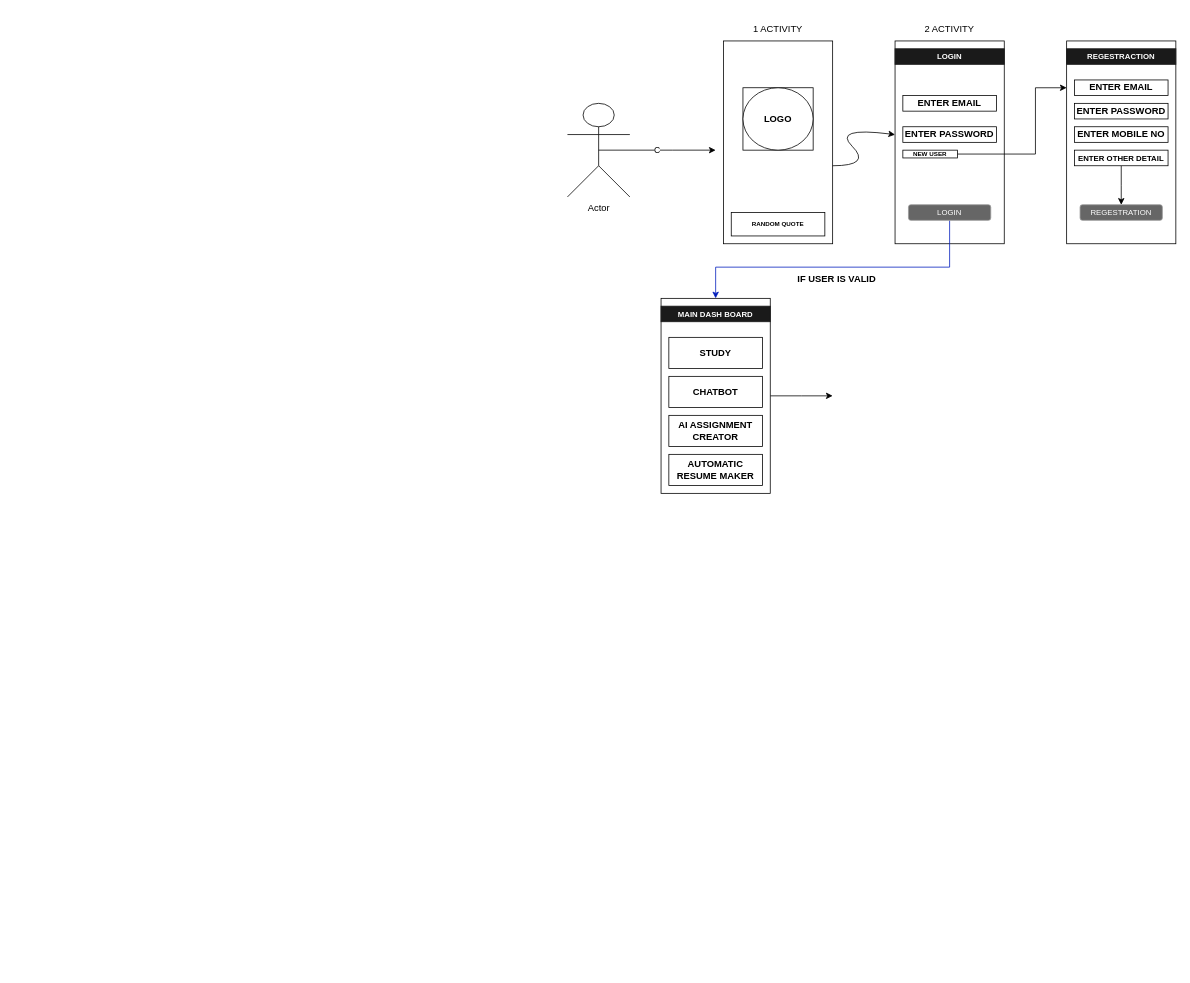
Above: Untitled Diagram.drawio in ujjawalTHEBATMAN/Student-Help-Center (draw.io), before the change. Source tidied: cells renumbered, new cells numbered last; positions are measured from the earlier drawing's top-left corner, leaving out a move shared by most shapes. Both pictures are drawn from the tidied source at 78%, with x=0, y=0 at pixel (567, 13).
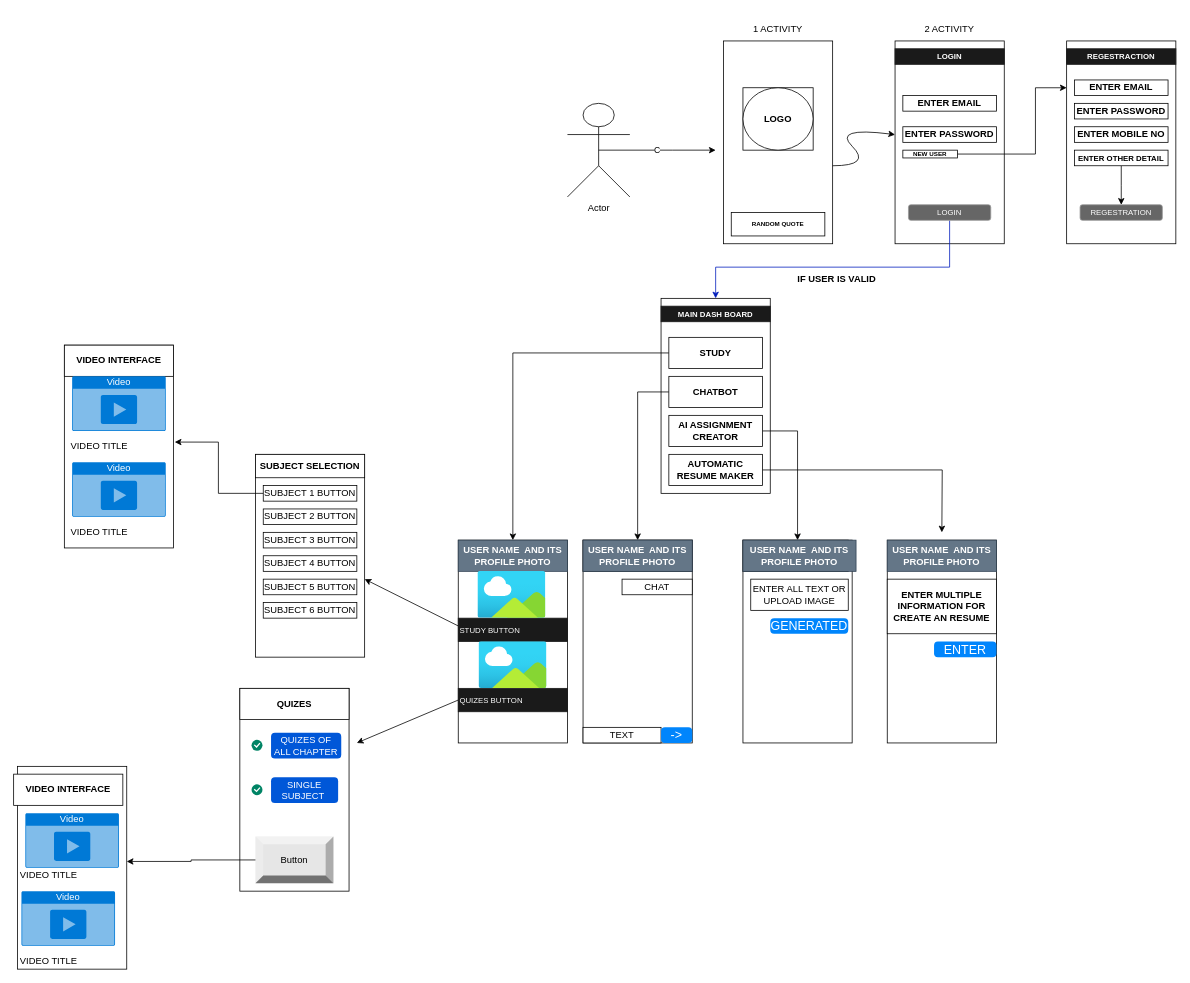
The same diagram, later.

Commit message:
AFTER ALL FUNCTION BUT DON'T USE ANY DATABASE MODEL

Unchanged cells that the change refers to:
```xml
<mxCell id="29" style="rounded=0;whiteSpace=wrap;html=1;fontSize=11;" parent="1" vertex="1">
  <mxGeometry x="120" y="365" width="140" height="250" as="geometry" />
</mxCell>
<mxCell id="31" value="STUDY" style="rounded=0;whiteSpace=wrap;html=1;fontStyle=1;" parent="1" vertex="1">
  <mxGeometry x="130" y="415" width="120" height="40" as="geometry" />
</mxCell>
<mxCell id="32" value="CHATBOT" style="rounded=0;whiteSpace=wrap;html=1;fontStyle=1;" parent="1" vertex="1">
  <mxGeometry x="130" y="465" width="120" height="40" as="geometry" />
</mxCell>
<mxCell id="33" value="AI ASSIGNMENT CREATOR" style="rounded=0;whiteSpace=wrap;html=1;fontStyle=1;" parent="1" vertex="1">
  <mxGeometry x="130" y="515" width="120" height="40" as="geometry" />
</mxCell>
<mxCell id="34" value="AUTOMATIC RESUME MAKER" style="rounded=0;whiteSpace=wrap;html=1;fontStyle=1;" parent="1" vertex="1">
  <mxGeometry x="130" y="565" width="120" height="40" as="geometry" />
</mxCell>
```

What changed in the source:
```diff
@@
-    <mxCell id="28" style="edgeStyle=orthogonalEdgeStyle;rounded=0;jettySize=auto;html=1;" parent="1" edge="1" source="29">
-      <mxGeometry relative="1" as="geometry">
-        <mxPoint x="340" y="490" as="targetPoint" />
-      </mxGeometry>
-    </mxCell>
@@
+    <mxCell id="35" style="edgeStyle=orthogonalEdgeStyle;rounded=0;jettySize=auto;html=1;entryX=0.5;entryY=0;entryDx=0;entryDy=0;" parent="1" edge="1" source="31" target="39">
+      <mxGeometry relative="1" as="geometry" />
+    </mxCell>
@@
+    <mxCell id="36" style="edgeStyle=orthogonalEdgeStyle;rounded=0;jettySize=auto;html=1;entryX=0.5;entryY=0;entryDx=0;entryDy=0;elbow=vertical;" parent="1" edge="1" source="32" target="40">
+      <mxGeometry relative="1" as="geometry">
+        <Array as="points">
+          <mxPoint x="90" y="485" />
+        </Array>
+      </mxGeometry>
+    </mxCell>
@@
+    <mxCell id="37" style="edgeStyle=orthogonalEdgeStyle;rounded=0;jettySize=auto;html=1;entryX=0.5;entryY=0;entryDx=0;entryDy=0;" parent="1" edge="1" source="33" target="41">
+      <mxGeometry relative="1" as="geometry">
+        <Array as="points">
+          <mxPoint x="295" y="535" />
+        </Array>
+      </mxGeometry>
+    </mxCell>
@@
+    <mxCell id="38" style="edgeStyle=orthogonalEdgeStyle;rounded=0;jettySize=auto;html=1;" parent="1" edge="1" source="34">
+      <mxGeometry relative="1" as="geometry">
+        <mxPoint x="480" y="665" as="targetPoint" />
+      </mxGeometry>
+    </mxCell>
@@
+    <mxCell id="39" style="rounded=0;whiteSpace=wrap;html=1;fontSize=11;" parent="1" vertex="1">
+      <mxGeometry x="-140" y="675" width="140" height="260" as="geometry" />
+    </mxCell>
+    <mxCell id="40" style="rounded=0;whiteSpace=wrap;html=1;fontSize=11;" parent="1" vertex="1">
+      <mxGeometry x="20" y="675" width="140" height="260" as="geometry" />
+    </mxCell>
+    <mxCell id="41" style="rounded=0;whiteSpace=wrap;html=1;fontSize=11;" parent="1" vertex="1">
+      <mxGeometry x="225" y="675" width="140" height="260" as="geometry" />
+    </mxCell>
+    <mxCell id="42" style="rounded=0;whiteSpace=wrap;html=1;fontSize=11;" parent="1" vertex="1">
+      <mxGeometry x="410" y="675" width="140" height="260" as="geometry" />
+    </mxCell>
+    <mxCell id="43" value="USER NAME&amp;nbsp; AND ITS PROFILE PHOTO" style="rounded=0;whiteSpace=wrap;html=1;fontStyle=1;fillColor=#647687;fontColor=#ffffff;strokeColor=#314354;" parent="1" vertex="1">
+      <mxGeometry x="-140" y="675" width="140" height="40" as="geometry" />
+    </mxCell>
+    <mxCell id="44" style="rounded=0;orthogonalLoop=1;jettySize=auto;html=1;" parent="1" edge="1">
+      <mxGeometry relative="1" as="geometry">
+        <mxPoint x="-140" y="785" as="sourcePoint" />
+        <mxPoint x="-260" y="725" as="targetPoint" />
+      </mxGeometry>
+    </mxCell>
+    <mxCell id="45" value="STUDY BUTTON" style="whiteSpace=wrap;html=1;shadow=0;dashed=0;fontSize=10;align=left;fillColor=#1A1A1A;strokeColor=#1A1A1A;fontColor=#FFFFFF;" parent="1" vertex="1">
+      <mxGeometry x="-140" y="775" width="140" height="30" as="geometry" />
+    </mxCell>
+    <mxCell id="46" style="rounded=0;jettySize=auto;html=1;exitX=0;exitY=0.5;exitDx=0;exitDy=0;" parent="1" edge="1" source="47">
+      <mxGeometry relative="1" as="geometry">
+        <mxPoint x="-270" y="935" as="targetPoint" />
+      </mxGeometry>
+    </mxCell>
+    <mxCell id="47" value="QUIZES BUTTON" style="whiteSpace=wrap;html=1;shadow=0;dashed=0;fontSize=10;align=left;fillColor=#1A1A1A;strokeColor=#1A1A1A;fontColor=#FFFFFF;" parent="1" vertex="1">
+      <mxGeometry x="-140" y="865" width="140" height="30" as="geometry" />
+    </mxCell>
+    <mxCell id="48" style="image;html=1;align=center;fontSize=12;image=img/lib/azure2/general/Image.svg;" parent="1" vertex="1">
+      <mxGeometry x="-115" y="715" width="87.3" height="60" as="geometry" />
+    </mxCell>
+    <mxCell id="49" style="image;html=1;align=center;fontSize=12;image=img/lib/azure2/general/Image.svg;" parent="1" vertex="1">
+      <mxGeometry x="-113.6" y="805" width="87.3" height="60" as="geometry" />
+    </mxCell>
+    <mxCell id="50" style="rounded=0;whiteSpace=wrap;html=1;" parent="1" vertex="1">
+      <mxGeometry x="20" y="675" width="140" height="40" as="geometry" />
+    </mxCell>
+    <mxCell id="51" value="USER NAME&amp;nbsp; AND ITS PROFILE PHOTO" style="rounded=0;whiteSpace=wrap;html=1;fontStyle=1;fillColor=#647687;fontColor=#ffffff;strokeColor=#314354;" parent="1" vertex="1">
+      <mxGeometry x="20" y="675" width="140" height="40" as="geometry" />
+    </mxCell>
+    <mxCell id="52" value="CHAT" style="rounded=0;whiteSpace=wrap;html=1;" parent="1" vertex="1">
+      <mxGeometry x="70" y="725" width="90" height="20" as="geometry" />
+    </mxCell>
+    <mxCell id="53" value="TEXT" style="rounded=0;whiteSpace=wrap;html=1;" parent="1" vertex="1">
+      <mxGeometry x="20" y="915" width="100" height="20" as="geometry" />
+    </mxCell>
+    <mxCell id="54" value="-&amp;gt;" style="html=1;shadow=0;dashed=0;shape=mxgraph.bootstrap.rrect;rSize=5;strokeColor=none;strokeWidth=1;fillColor=#0085FC;fontColor=#FFFFFF;whiteSpace=wrap;align=center;verticalAlign=middle;spacingLeft=0;fontStyle=0;fontSize=16;spacing=5;" parent="1" vertex="1">
+      <mxGeometry x="120" y="915" width="40" height="20" as="geometry" />
+    </mxCell>
+    <mxCell id="55" style="rounded=0;whiteSpace=wrap;html=1;" parent="1" vertex="1">
+      <mxGeometry x="225" y="675" width="135" height="40" as="geometry" />
+    </mxCell>
+    <mxCell id="56" value="USER NAME&amp;nbsp; AND ITS PROFILE PHOTO" style="rounded=0;whiteSpace=wrap;html=1;fontStyle=1;fillColor=#647687;fontColor=#ffffff;strokeColor=#314354;" parent="1" vertex="1">
+      <mxGeometry x="225" y="675" width="145" height="40" as="geometry" />
+    </mxCell>
+    <mxCell id="57" value="USER NAME&amp;nbsp; AND ITS PROFILE PHOTO" style="rounded=0;whiteSpace=wrap;html=1;fontStyle=1;fillColor=#647687;fontColor=#ffffff;strokeColor=#314354;" parent="1" vertex="1">
+      <mxGeometry x="410" y="675" width="140" height="40" as="geometry" />
+    </mxCell>
+    <mxCell id="58" value="ENTER MULTIPLE INFORMATION FOR CREATE AN RESUME" style="rounded=0;whiteSpace=wrap;html=1;fontStyle=1;" parent="1" vertex="1">
+      <mxGeometry x="410" y="725" width="140" height="70" as="geometry" />
+    </mxCell>
+    <mxCell id="59" value="ENTER" style="html=1;shadow=0;dashed=0;shape=mxgraph.bootstrap.rrect;rSize=5;strokeColor=none;strokeWidth=1;fillColor=#0085FC;fontColor=#FFFFFF;whiteSpace=wrap;align=center;verticalAlign=middle;spacingLeft=0;fontStyle=0;fontSize=16;spacing=5;" parent="1" vertex="1">
+      <mxGeometry x="470" y="805" width="80" height="20" as="geometry" />
+    </mxCell>
+    <mxCell id="60" value="ENTER ALL TEXT OR UPLOAD IMAGE" style="rounded=0;whiteSpace=wrap;html=1;" parent="1" vertex="1">
+      <mxGeometry x="235" y="725" width="125" height="40" as="geometry" />
+    </mxCell>
+    <mxCell id="61" value="GENERATED" style="html=1;shadow=0;dashed=0;shape=mxgraph.bootstrap.rrect;rSize=5;strokeColor=none;strokeWidth=1;fillColor=#0085FC;fontColor=#FFFFFF;whiteSpace=wrap;align=center;verticalAlign=middle;spacingLeft=0;fontStyle=0;fontSize=16;spacing=5;" parent="1" vertex="1">
+      <mxGeometry x="260" y="775" width="100" height="20" as="geometry" />
+    </mxCell>
+    <mxCell id="62" style="rounded=0;whiteSpace=wrap;html=1;fontSize=11;" parent="1" vertex="1">
+      <mxGeometry x="-645" y="425" width="140" height="260" as="geometry" />
+    </mxCell>
+    <mxCell id="63" value="VIDEO INTERFACE" style="rounded=0;whiteSpace=wrap;html=1;fontStyle=1;" parent="1" vertex="1">
+      <mxGeometry x="-645" y="425" width="140" height="40" as="geometry" />
+    </mxCell>
+    <mxCell id="64" value="Video" style="html=1;whiteSpace=wrap;strokeColor=none;fillColor=#0079D6;labelPosition=center;verticalLabelPosition=middle;verticalAlign=top;align=center;fontSize=12;spacingTop=-6;fontColor=#FFFFFF;sketch=0;shape=mxgraph.sitemap.video;" parent="1" vertex="1">
+      <mxGeometry x="-635" y="465" width="120" height="70" as="geometry" />
+    </mxCell>
+    <mxCell id="65" value="VIDEO TITLE" style="text;html=1;strokeColor=none;fillColor=none;align=center;verticalAlign=middle;whiteSpace=wrap;overflow=hidden;" parent="1" vertex="1">
+      <mxGeometry x="-645" y="545" width="90" height="20" as="geometry" />
+    </mxCell>
+    <mxCell id="66" style="rounded=0;whiteSpace=wrap;html=1;fontSize=11;" parent="1" vertex="1">
+      <mxGeometry x="-400" y="565" width="140" height="260" as="geometry" />
+    </mxCell>
+    <mxCell id="67" value="SUBJECT SELECTION" style="rounded=0;whiteSpace=wrap;html=1;fontStyle=1;" parent="1" vertex="1">
+      <mxGeometry x="-400" y="565" width="140" height="30" as="geometry" />
+    </mxCell>
+    <mxCell id="68" value="SUBJECT 1 BUTTON" style="rounded=0;whiteSpace=wrap;html=1;" parent="1" vertex="1">
+      <mxGeometry x="-390" y="605" width="120" height="20" as="geometry" />
+    </mxCell>
+    <mxCell id="69" value="SUBJECT 6 BUTTON" style="rounded=0;whiteSpace=wrap;html=1;" parent="1" vertex="1">
+      <mxGeometry x="-390" y="755" width="120" height="20" as="geometry" />
+    </mxCell>
+    <mxCell id="70" value="SUBJECT 2 BUTTON" style="rounded=0;whiteSpace=wrap;html=1;" parent="1" vertex="1">
+      <mxGeometry x="-390" y="635" width="120" height="20" as="geometry" />
+    </mxCell>
+    <mxCell id="71" value="SUBJECT 3 BUTTON" style="rounded=0;whiteSpace=wrap;html=1;" parent="1" vertex="1">
+      <mxGeometry x="-390" y="665" width="120" height="20" as="geometry" />
+    </mxCell>
+    <mxCell id="72" value="SUBJECT 4 BUTTON" style="rounded=0;whiteSpace=wrap;html=1;" parent="1" vertex="1">
+      <mxGeometry x="-390" y="695" width="120" height="20" as="geometry" />
+    </mxCell>
+    <mxCell id="73" value="SUBJECT 5 BUTTON" style="rounded=0;whiteSpace=wrap;html=1;" parent="1" vertex="1">
+      <mxGeometry x="-390" y="725" width="120" height="20" as="geometry" />
+    </mxCell>
+    <mxCell id="74" style="edgeStyle=orthogonalEdgeStyle;rounded=0;orthogonalLoop=1;jettySize=auto;html=1;exitX=0.5;exitY=1;exitDx=0;exitDy=0;" parent="1" edge="1" source="71" target="71">
+      <mxGeometry relative="1" as="geometry" />
+    </mxCell>
+    <mxCell id="75" style="edgeStyle=orthogonalEdgeStyle;rounded=0;jettySize=auto;html=1;entryX=1.011;entryY=0.478;entryDx=0;entryDy=0;entryPerimeter=0;" parent="1" edge="1" source="68" target="62">
+      <mxGeometry relative="1" as="geometry" />
+    </mxCell>
+    <mxCell id="76" value="Video" style="html=1;whiteSpace=wrap;strokeColor=none;fillColor=#0079D6;labelPosition=center;verticalLabelPosition=middle;verticalAlign=top;align=center;fontSize=12;spacingTop=-6;fontColor=#FFFFFF;sketch=0;shape=mxgraph.sitemap.video;" parent="1" vertex="1">
+      <mxGeometry x="-635" y="575" width="120" height="70" as="geometry" />
+    </mxCell>
+    <mxCell id="77" value="VIDEO TITLE" style="text;html=1;strokeColor=none;fillColor=none;align=center;verticalAlign=middle;whiteSpace=wrap;overflow=hidden;" parent="1" vertex="1">
+      <mxGeometry x="-645" y="655" width="90" height="20" as="geometry" />
+    </mxCell>
+    <mxCell id="78" style="rounded=0;whiteSpace=wrap;html=1;fontSize=11;" parent="1" vertex="1">
+      <mxGeometry x="-420" y="865" width="140" height="260" as="geometry" />
+    </mxCell>
+    <mxCell id="79" value="QUIZES" style="rounded=0;whiteSpace=wrap;html=1;fontStyle=1;" parent="1" vertex="1">
+      <mxGeometry x="-420" y="865" width="140" height="40" as="geometry" />
+    </mxCell>
+    <mxCell id="80" value="QUIZES OF ALL CHAPTER" style="rounded=1;fillColor=#0057D8;align=center;strokeColor=none;html=1;whiteSpace=wrap;fontColor=#ffffff;fontSize=12;sketch=0;" parent="1" vertex="1">
+      <mxGeometry x="-380" y="922" width="90" height="33" as="geometry" />
+    </mxCell>
+    <mxCell id="81" style="html=1;shadow=0;dashed=0;shape=mxgraph.atlassian.checkbox;fillColor=#008465;strokeColor=none;html=1;sketch=0;" parent="1" vertex="1">
+      <mxGeometry x="-405" y="931" width="14" height="14" as="geometry" />
+    </mxCell>
+    <mxCell id="82" value="SINGLE SUBJECT&amp;nbsp;" style="rounded=1;fillColor=#0057D8;align=center;strokeColor=none;html=1;whiteSpace=wrap;fontColor=#ffffff;fontSize=12;sketch=0;" parent="1" vertex="1">
+      <mxGeometry x="-380" y="979" width="86" height="33" as="geometry" />
+    </mxCell>
+    <mxCell id="83" style="html=1;shadow=0;dashed=0;shape=mxgraph.atlassian.checkbox;fillColor=#008465;strokeColor=none;html=1;sketch=0;" parent="1" vertex="1">
+      <mxGeometry x="-405" y="988" width="14" height="14" as="geometry" />
+    </mxCell>
+    <mxCell id="84" value="Button" style="labelPosition=center;verticalLabelPosition=middle;align=center;html=1;shape=mxgraph.basic.shaded_button;dx=10;fillColor=#E6E6E6;strokeColor=none;whiteSpace=wrap;" parent="1" vertex="1">
+      <mxGeometry x="-400" y="1055" width="100" height="60" as="geometry" />
+    </mxCell>
+    <mxCell id="85" style="rounded=0;whiteSpace=wrap;html=1;fontSize=11;" parent="1" vertex="1">
+      <mxGeometry x="-705" y="965" width="140" height="260" as="geometry" />
+    </mxCell>
+    <mxCell id="86" value="VIDEO INTERFACE" style="rounded=0;whiteSpace=wrap;html=1;fontStyle=1;" parent="1" vertex="1">
+      <mxGeometry x="-710" y="975" width="140" height="40" as="geometry" />
+    </mxCell>
+    <mxCell id="87" value="Video" style="html=1;whiteSpace=wrap;strokeColor=none;fillColor=#0079D6;labelPosition=center;verticalLabelPosition=middle;verticalAlign=top;align=center;fontSize=12;spacingTop=-6;fontColor=#FFFFFF;sketch=0;shape=mxgraph.sitemap.video;" parent="1" vertex="1">
+      <mxGeometry x="-695" y="1025" width="120" height="70" as="geometry" />
+    </mxCell>
+    <mxCell id="88" value="VIDEO TITLE" style="text;html=1;strokeColor=none;fillColor=none;align=center;verticalAlign=middle;whiteSpace=wrap;overflow=hidden;" parent="1" vertex="1">
+      <mxGeometry x="-710" y="1095" width="90" height="20" as="geometry" />
+    </mxCell>
+    <mxCell id="89" value="Video" style="html=1;whiteSpace=wrap;strokeColor=none;fillColor=#0079D6;labelPosition=center;verticalLabelPosition=middle;verticalAlign=top;align=center;fontSize=12;spacingTop=-6;fontColor=#FFFFFF;sketch=0;shape=mxgraph.sitemap.video;" parent="1" vertex="1">
+      <mxGeometry x="-700" y="1125" width="120" height="70" as="geometry" />
+    </mxCell>
+    <mxCell id="90" value="VIDEO TITLE" style="text;html=1;strokeColor=none;fillColor=none;align=center;verticalAlign=middle;whiteSpace=wrap;overflow=hidden;" parent="1" vertex="1">
+      <mxGeometry x="-710" y="1205" width="90" height="20" as="geometry" />
+    </mxCell>
+    <mxCell id="91" style="edgeStyle=orthogonalEdgeStyle;rounded=0;jettySize=auto;html=1;entryX=1;entryY=0.469;entryDx=0;entryDy=0;entryPerimeter=0;" parent="1" edge="1" source="84" target="85">
+      <mxGeometry relative="1" as="geometry" />
+    </mxCell>
```
